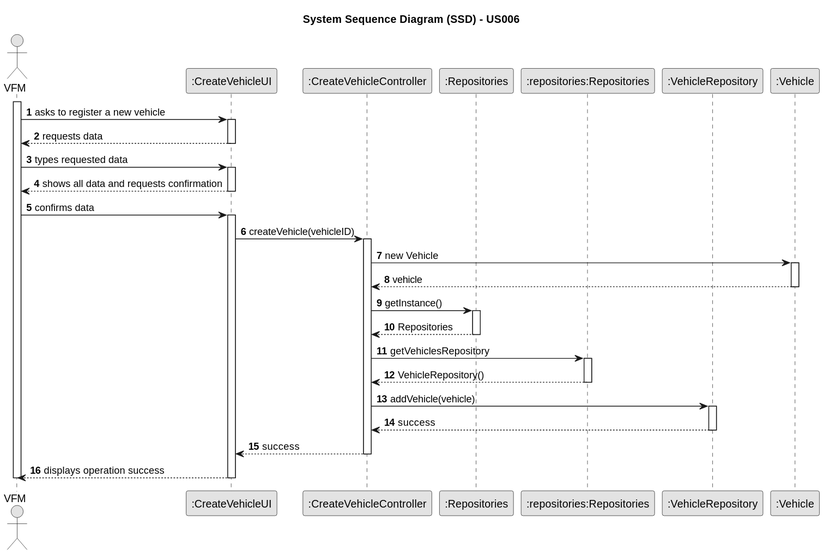
The PlantUML diagram docs/sprintC/us0023/03.design/svg/us23-sequence-diagram-full.svg in Mendoncaa/LAPR2, before a commit.
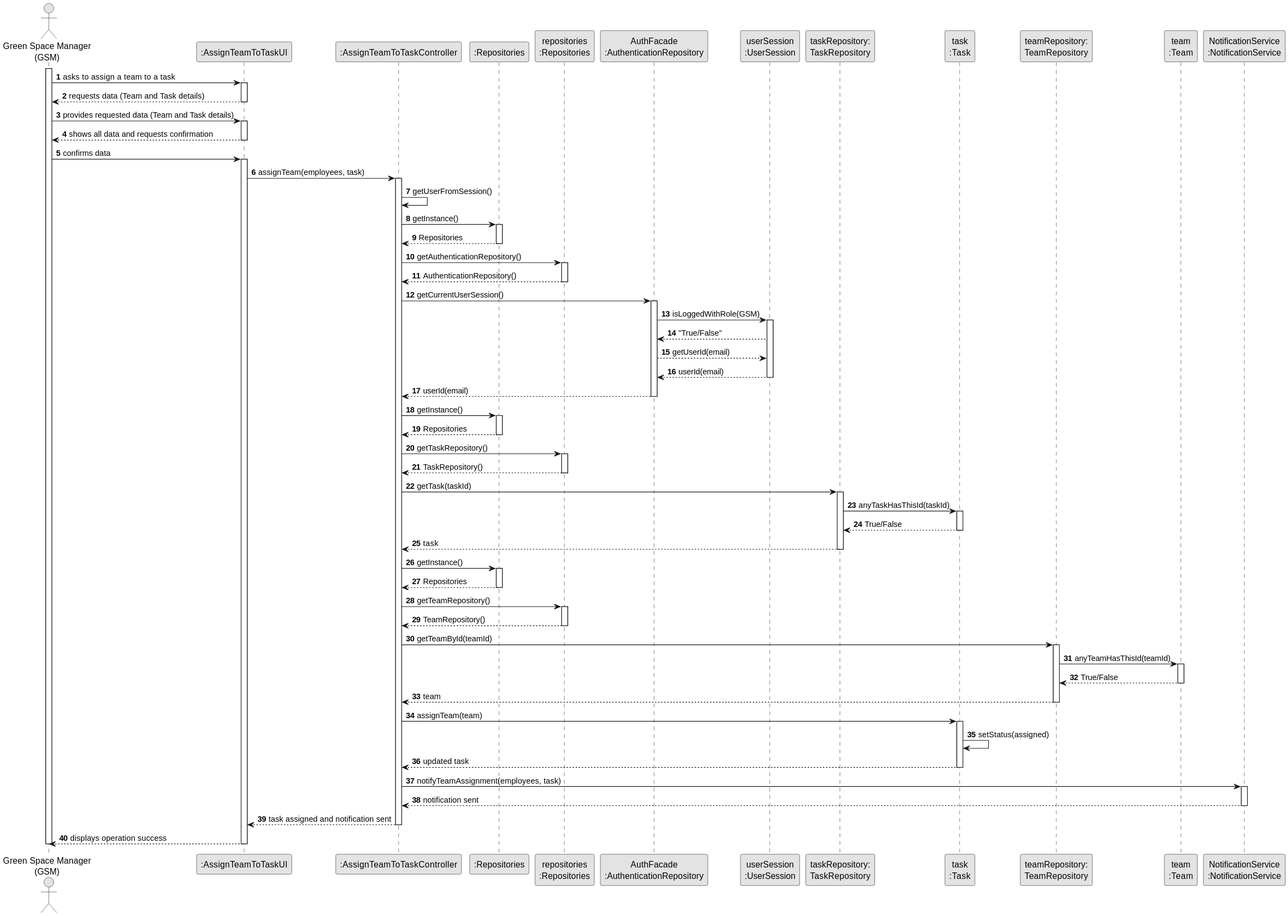
Above is the later version.

The edit, as a diff of the source:
```diff
@@ -5,58 +5,125 @@
 
 autonumber
 
-title System Sequence Diagram (SSD) - US006
+actor "Green Space Manager\n(GSM)" as GSM
+participant ":AssignTeamToTaskUI" as UI
+participant ":AssignTeamToTaskController" as CTRL
+participant ":Repositories" as RepositorySingleton
+participant "repositories\n:Repositories" as PLAT
+participant "AuthFacade\n:AuthenticationRepository" as AUTHREP
+participant "userSession\n:UserSession" as USER
+participant "taskRepository:\nTaskRepository" as TaskRepository
+participant "task\n:Task" as TASK
+participant "teamRepository:\nTeamRepository" as TeamRepository
+participant "team\n:Team" as TEAM
+participant "NotificationService\n:NotificationService" as NOTIF
 
-actor "VFM" as ADM
+activate GSM
 
-participant ":CreateVehicleUI" as UI
-participant ":CreateVehicleController" as CTRL
-participant ":Repositories" as SR
-participant ":repositories:Repositories" as RR
-participant ":VehicleRepository" as VR
-participant ":Vehicle" as VEHICLE
+        GSM -> UI : asks to assign a team to a task
+        activate UI
 
-activate ADM
-
-    ADM -> UI : asks to register a new vehicle
-
-    activate UI
-        UI --> ADM : requests data
+        UI --> GSM : requests data (Team and Task details)
     deactivate UI
 
-    ADM -> UI : types requested data
+    GSM -> UI : provides requested data (Team and Task details)
     activate UI
-        UI --> ADM : shows all data and requests confirmation
+
+        UI --> GSM : shows all data and requests confirmation
     deactivate UI
 
-    ADM -> UI : confirms data
+    GSM -> UI : confirms data
     activate UI
-        UI -> CTRL : createVehicle(vehicleID)
+
+        UI -> CTRL : assignTeam(employees, task)
         activate CTRL
-        CTRL -> VEHICLE : new Vehicle
-            activate VEHICLE
-                VEHICLE --> CTRL : vehicle
-            deactivate VEHICLE
-            CTRL -> SR : getInstance()
 
-            activate SR
-                SR --> CTRL : Repositories
-            deactivate SR
-                CTRL -> RR : getVehiclesRepository
-            activate RR
-                RR --> CTRL : VehicleRepository()
-            deactivate RR
-                CTRL -> VR : addVehicle(vehicle)
-            activate VR
-                VR --> CTRL : success
-            deactivate VR
+        CTRL -> CTRL : getUserFromSession()
 
-            CTRL --> UI : success
-        deactivate CTRL
-        UI --> ADM : displays operation success
+        CTRL -> RepositorySingleton : getInstance()
+        activate RepositorySingleton
+        CTRL <-- RepositorySingleton : Repositories
+        deactivate RepositorySingleton
+
+        CTRL -> PLAT : getAuthenticationRepository()
+        activate PLAT
+        CTRL <-- PLAT : AuthenticationRepository()
+        deactivate PLAT
+
+        CTRL -> AUTHREP : getCurrentUserSession()
+        activate AUTHREP
+
+        AUTHREP -> USER : isLoggedWithRole(GSM)
+        activate USER
+
+        AUTHREP <-- USER : "True/False"
+        AUTHREP --> USER : getUserId(email)
+        AUTHREP <-- USER : userId(email)
+        deactivate USER
+
+        CTRL <-- AUTHREP : userId(email)
+        deactivate AUTHREP
+
+        CTRL -> RepositorySingleton : getInstance()
+        activate RepositorySingleton
+        CTRL <-- RepositorySingleton : Repositories
+        deactivate RepositorySingleton
+
+        CTRL -> PLAT : getTaskRepository()
+        activate PLAT
+        CTRL <-- PLAT : TaskRepository()
+        deactivate PLAT
+
+        CTRL -> TaskRepository : getTask(taskId)
+        activate TaskRepository
+
+            TaskRepository -> TASK : anyTaskHasThisId(taskId)
+            activate TASK
+            TaskRepository <-- TASK : True/False
+            deactivate TASK
+
+        CTRL <-- TaskRepository : task
+        deactivate TaskRepository
+
+        CTRL -> RepositorySingleton : getInstance()
+        activate RepositorySingleton
+        CTRL <-- RepositorySingleton : Repositories
+        deactivate RepositorySingleton
+
+        CTRL -> PLAT : getTeamRepository()
+        activate PLAT
+        CTRL <-- PLAT : TeamRepository()
+        deactivate PLAT
+
+        CTRL -> TeamRepository : getTeamById(teamId)
+        activate TeamRepository
+
+            TeamRepository -> TEAM : anyTeamHasThisId(teamId)
+            activate TEAM
+            TeamRepository <-- TEAM : True/False
+            deactivate TEAM
+
+        CTRL <-- TeamRepository : team
+        deactivate TeamRepository
+
+        CTRL -> TASK : assignTeam(team)
+        activate TASK
+
+        TASK -> TASK : setStatus(assigned)
+        TASK --> CTRL : updated task
+        deactivate TASK
+
+        CTRL -> NOTIF : notifyTeamAssignment(employees, task)
+        activate NOTIF
+
+        NOTIF --> CTRL : notification sent
+        deactivate NOTIF
+
+        CTRL --> UI : task assigned and notification sent
+    deactivate CTRL
+
+    UI --> GSM : displays operation success
     deactivate UI
 
-deactivate ADM
-
-
+deactivate GSM
 @enduml
```
